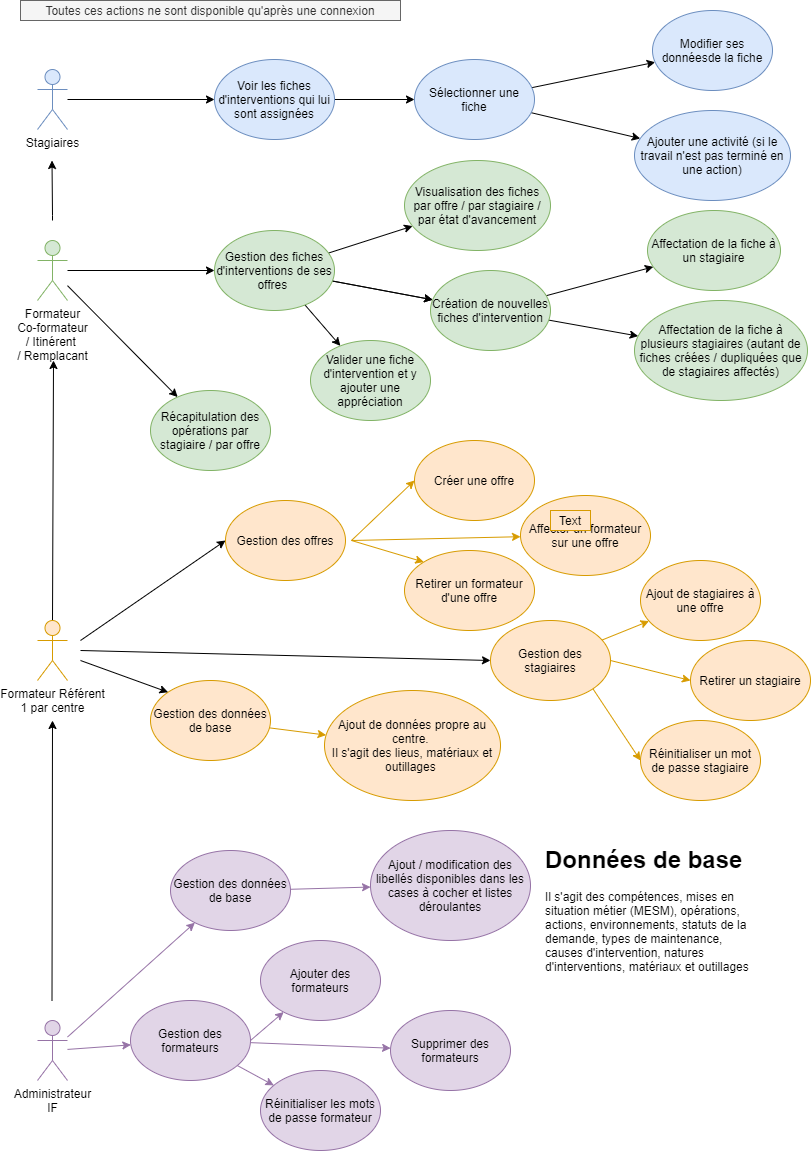
The draw.io diagram DOCS/useCase.png in tancraft/Stage, before a commit. Source tidied: cells renumbered, new cells last; positions are measured from the earlier drawing's top-left corner, leaving out a move shared by most shapes.
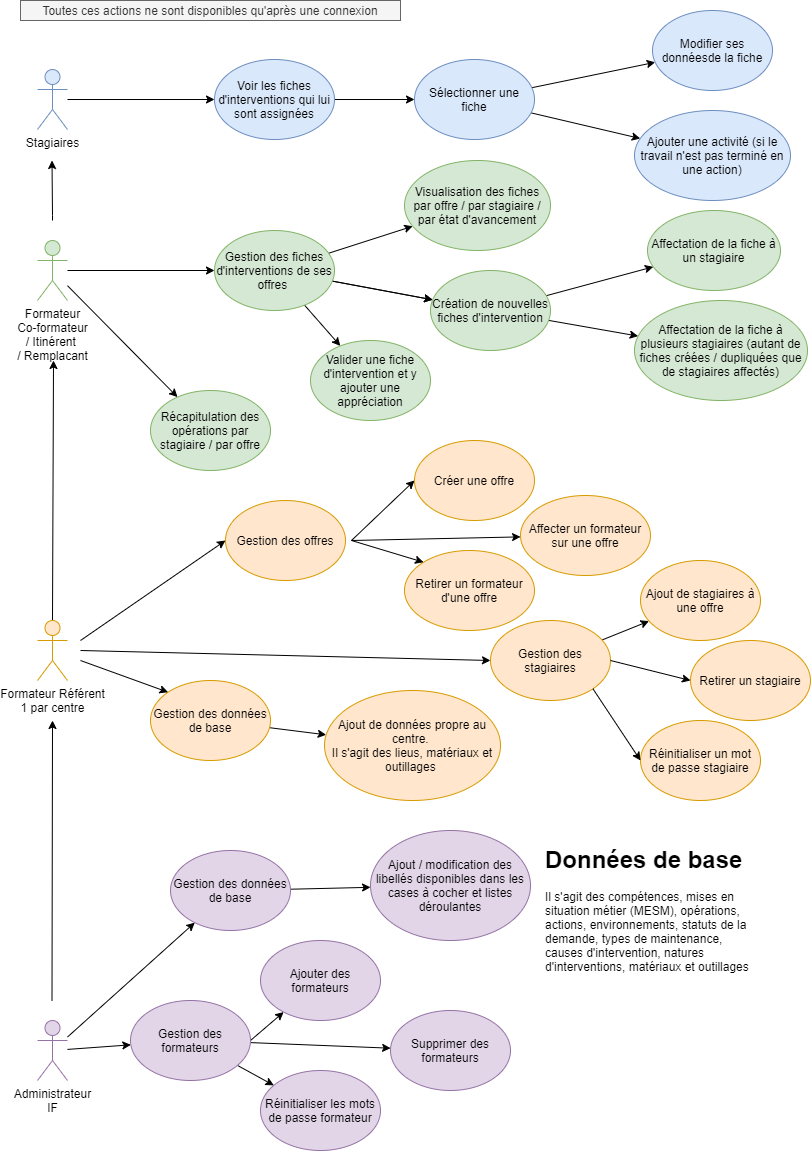
After the change.

Change to the diagram source:
```diff
@@ -26,10 +26,10 @@
     <mxCell id="7" value="Formateur&lt;br&gt;Co-formateur&lt;br&gt;/ Itinérent &lt;br&gt;/ Remplacant" style="shape=umlActor;verticalLabelPosition=bottom;verticalAlign=top;html=1;outlineConnect=0;fillColor=#d5e8d4;strokeColor=#82b366;" parent="1" vertex="1">
       <mxGeometry x="17" y="240" width="30" height="60" as="geometry" />
     </mxCell>
-    <mxCell id="8" style="edgeStyle=none;rounded=0;jettySize=auto;html=1;fillColor=#e1d5e7;strokeColor=#9673a6;" parent="1" edge="1" source="10" target="51">
+    <mxCell id="8" style="edgeStyle=none;rounded=0;jettySize=auto;html=1;" parent="1" edge="1" source="10" target="51">
       <mxGeometry relative="1" as="geometry" />
     </mxCell>
-    <mxCell id="9" style="edgeStyle=none;rounded=0;jettySize=auto;html=1;fillColor=#e1d5e7;strokeColor=#9673a6;" parent="1" edge="1" source="10" target="57">
+    <mxCell id="9" style="edgeStyle=none;rounded=0;jettySize=auto;html=1;" parent="1" edge="1" source="10" target="57">
       <mxGeometry relative="1" as="geometry" />
     </mxCell>
     <mxCell id="10" value="Administrateur&lt;br&gt;IF" style="shape=umlActor;verticalLabelPosition=bottom;verticalAlign=top;html=1;outlineConnect=0;fillColor=#e1d5e7;strokeColor=#9673a6;" parent="1" vertex="1">
@@ -77,12 +77,12 @@
     <mxCell id="23" value="Gestion des fiches d'interventions de ses offres&amp;nbsp;" style="ellipse;whiteSpace=wrap;html=1;fillColor=#d5e8d4;strokeColor=#82b366;" parent="1" vertex="1">
       <mxGeometry x="194" y="230" width="120" height="80" as="geometry" />
     </mxCell>
-    <mxCell id="24" style="edgeStyle=none;rounded=0;jettySize=auto;html=1;entryX=0;entryY=0.5;entryDx=0;entryDy=0;fillColor=#ffe6cc;strokeColor=#d79b00;" parent="1" edge="1" target="27">
+    <mxCell id="24" style="edgeStyle=none;rounded=0;jettySize=auto;html=1;entryX=0;entryY=0.5;entryDx=0;entryDy=0;" parent="1" edge="1" target="27">
       <mxGeometry relative="1" as="geometry">
         <mxPoint x="331" y="540" as="sourcePoint" />
       </mxGeometry>
     </mxCell>
-    <mxCell id="25" style="edgeStyle=none;rounded=0;jettySize=auto;html=1;fillColor=#ffe6cc;strokeColor=#d79b00;" parent="1" edge="1" target="28">
+    <mxCell id="25" style="edgeStyle=none;rounded=0;jettySize=auto;html=1;" parent="1" edge="1" target="28">
       <mxGeometry relative="1" as="geometry">
         <mxPoint x="331" y="540" as="sourcePoint" />
       </mxGeometry>
@@ -101,7 +101,7 @@
     <mxCell id="29" value="Retirer un formateur d'une offre" style="ellipse;whiteSpace=wrap;html=1;fillColor=#ffe6cc;strokeColor=#d79b00;" parent="1" vertex="1">
       <mxGeometry x="384" y="550" width="130" height="80" as="geometry" />
     </mxCell>
-    <mxCell id="30" style="edgeStyle=none;rounded=0;jettySize=auto;html=1;entryX=0;entryY=0;entryDx=0;entryDy=0;fillColor=#ffe6cc;strokeColor=#d79b00;" parent="1" edge="1" target="29">
+    <mxCell id="30" style="edgeStyle=none;rounded=0;jettySize=auto;html=1;entryX=0;entryY=0;entryDx=0;entryDy=0;" parent="1" edge="1" target="29">
       <mxGeometry relative="1" as="geometry">
         <mxPoint x="331" y="540" as="sourcePoint" />
       </mxGeometry>
@@ -109,7 +109,7 @@
     <mxCell id="31" value="Gestion des offres" style="ellipse;whiteSpace=wrap;html=1;fillColor=#ffe6cc;strokeColor=#d79b00;" parent="1" vertex="1">
       <mxGeometry x="205" y="500" width="120" height="80" as="geometry" />
     </mxCell>
-    <mxCell id="32" style="edgeStyle=none;rounded=0;jettySize=auto;html=1;fillColor=#ffe6cc;strokeColor=#d79b00;" parent="1" edge="1" source="33" target="34">
+    <mxCell id="32" style="edgeStyle=none;rounded=0;jettySize=auto;html=1;" parent="1" edge="1" source="33" target="34">
       <mxGeometry relative="1" as="geometry" />
     </mxCell>
     <mxCell id="33" value="Gestion des stagiaires" style="ellipse;whiteSpace=wrap;html=1;fillColor=#ffe6cc;strokeColor=#d79b00;" parent="1" vertex="1">
@@ -124,10 +124,10 @@
     <mxCell id="36" value="Réinitialiser un mot de passe stagiaire" style="ellipse;whiteSpace=wrap;html=1;fillColor=#ffe6cc;strokeColor=#d79b00;" parent="1" vertex="1">
       <mxGeometry x="620" y="720" width="120" height="80" as="geometry" />
     </mxCell>
-    <mxCell id="37" style="endArrow=classic;html=1;entryX=0;entryY=0.5;entryDx=0;entryDy=0;exitX=1;exitY=0.5;exitDx=0;exitDy=0;fillColor=#ffe6cc;strokeColor=#d79b00;" parent="1" edge="1" source="33" target="35">
+    <mxCell id="37" style="endArrow=classic;html=1;entryX=0;entryY=0.5;entryDx=0;entryDy=0;exitX=1;exitY=0.5;exitDx=0;exitDy=0;" parent="1" edge="1" source="33" target="35">
       <mxGeometry relative="1" as="geometry" />
     </mxCell>
-    <mxCell id="38" style="endArrow=classic;html=1;entryX=0;entryY=0.5;entryDx=0;entryDy=0;exitX=1;exitY=1;exitDx=0;exitDy=0;fillColor=#ffe6cc;strokeColor=#d79b00;" parent="1" edge="1" source="33" target="36">
+    <mxCell id="38" style="endArrow=classic;html=1;entryX=0;entryY=0.5;entryDx=0;entryDy=0;exitX=1;exitY=1;exitDx=0;exitDy=0;" parent="1" edge="1" source="33" target="36">
       <mxGeometry relative="1" as="geometry" />
     </mxCell>
     <mxCell id="39" style="endArrow=classic;html=1;entryX=0;entryY=0.5;entryDx=0;entryDy=0;" parent="1" edge="1" target="31">
@@ -161,13 +161,13 @@
     <mxCell id="47" value="Récapitulation des opérations par stagiaire / par offre" style="ellipse;whiteSpace=wrap;html=1;fillColor=#d5e8d4;strokeColor=#82b366;" parent="1" vertex="1">
       <mxGeometry x="130" y="390" width="120" height="80" as="geometry" />
     </mxCell>
-    <mxCell id="48" style="edgeStyle=none;rounded=0;jettySize=auto;html=1;exitX=1;exitY=0.5;exitDx=0;exitDy=0;fillColor=#e1d5e7;strokeColor=#9673a6;" parent="1" edge="1" source="51" target="52">
+    <mxCell id="48" style="edgeStyle=none;rounded=0;jettySize=auto;html=1;exitX=1;exitY=0.5;exitDx=0;exitDy=0;" parent="1" edge="1" source="51" target="52">
       <mxGeometry relative="1" as="geometry" />
     </mxCell>
-    <mxCell id="49" style="edgeStyle=none;rounded=0;jettySize=auto;html=1;fillColor=#e1d5e7;strokeColor=#9673a6;" parent="1" edge="1" source="51" target="53">
+    <mxCell id="49" style="edgeStyle=none;rounded=0;jettySize=auto;html=1;" parent="1" edge="1" source="51" target="53">
       <mxGeometry relative="1" as="geometry" />
     </mxCell>
-    <mxCell id="50" style="edgeStyle=none;rounded=0;jettySize=auto;html=1;fillColor=#e1d5e7;strokeColor=#9673a6;" parent="1" edge="1" source="51" target="54">
+    <mxCell id="50" style="edgeStyle=none;rounded=0;jettySize=auto;html=1;" parent="1" edge="1" source="51" target="54">
       <mxGeometry relative="1" as="geometry" />
     </mxCell>
     <mxCell id="51" value="Gestion des formateurs" style="ellipse;whiteSpace=wrap;html=1;fillColor=#e1d5e7;strokeColor=#9673a6;" parent="1" vertex="1">
@@ -185,7 +185,7 @@
     <mxCell id="55" value="Formateur Référent&lt;br&gt;1 par centre" style="shape=umlActor;verticalLabelPosition=bottom;verticalAlign=top;html=1;outlineConnect=0;fillColor=#ffe6cc;strokeColor=#d79b00;" parent="1" vertex="1">
       <mxGeometry x="17" y="620" width="30" height="60" as="geometry" />
     </mxCell>
-    <mxCell id="56" style="edgeStyle=none;rounded=0;jettySize=auto;html=1;fillColor=#e1d5e7;strokeColor=#9673a6;" parent="1" edge="1" source="57" target="58">
+    <mxCell id="56" style="edgeStyle=none;rounded=0;jettySize=auto;html=1;" parent="1" edge="1" source="57" target="58">
       <mxGeometry relative="1" as="geometry" />
     </mxCell>
     <mxCell id="57" value="Gestion des données de base" style="ellipse;whiteSpace=wrap;html=1;fillColor=#e1d5e7;strokeColor=#9673a6;" parent="1" vertex="1">
@@ -197,7 +197,7 @@
     <mxCell id="59" value="&lt;h1&gt;Données de base&lt;/h1&gt;&lt;p&gt;Il s'agit des compétences, mises en situation métier (MESM), opérations, actions, environnements, statuts de la demande, types de maintenance, causes d'intervention, natures d'interventions, matériaux et outillages&amp;nbsp;&lt;/p&gt;" style="text;html=1;strokeColor=none;fillColor=none;spacing=5;spacingTop=-20;whiteSpace=wrap;overflow=hidden;rounded=0;" parent="1" vertex="1">
       <mxGeometry x="520" y="840" width="220" height="140" as="geometry" />
     </mxCell>
-    <mxCell id="60" style="edgeStyle=none;rounded=0;jettySize=auto;html=1;fillColor=#ffe6cc;strokeColor=#d79b00;" parent="1" edge="1" source="61" target="62">
+    <mxCell id="60" style="edgeStyle=none;rounded=0;jettySize=auto;html=1;" parent="1" edge="1" source="61" target="62">
       <mxGeometry relative="1" as="geometry" />
     </mxCell>
     <mxCell id="61" value="Gestion des données de base" style="ellipse;whiteSpace=wrap;html=1;fillColor=#ffe6cc;strokeColor=#d79b00;" parent="1" vertex="1">
@@ -214,10 +214,7 @@
     <mxCell id="64" value="Valider une fiche d'intervention et y ajouter une appréciation" style="ellipse;whiteSpace=wrap;html=1;fillColor=#d5e8d4;strokeColor=#82b366;" parent="1" vertex="1">
       <mxGeometry x="290" y="340" width="120" height="80" as="geometry" />
     </mxCell>
-    <mxCell id="65" value="Text" style="text;html=1;strokeColor=#d79b00;fillColor=#ffe6cc;align=center;verticalAlign=middle;whiteSpace=wrap;rounded=0;" parent="1" vertex="1">
-      <mxGeometry x="530" y="510" width="40" height="20" as="geometry" />
-    </mxCell>
-    <mxCell id="66" value="Toutes ces actions ne sont disponible qu'après une connexion" style="text;html=1;strokeColor=#666666;fillColor=#f5f5f5;align=center;verticalAlign=middle;whiteSpace=wrap;rounded=0;fontColor=#333333;" parent="1" vertex="1">
+    <mxCell id="66" value="Toutes ces actions ne sont disponibles qu'après une connexion" style="text;html=1;strokeColor=#666666;fillColor=#f5f5f5;align=center;verticalAlign=middle;whiteSpace=wrap;rounded=0;fontColor=#333333;" parent="1" vertex="1">
       <mxGeometry width="380" height="20" as="geometry" />
     </mxCell>
   </root>
```
